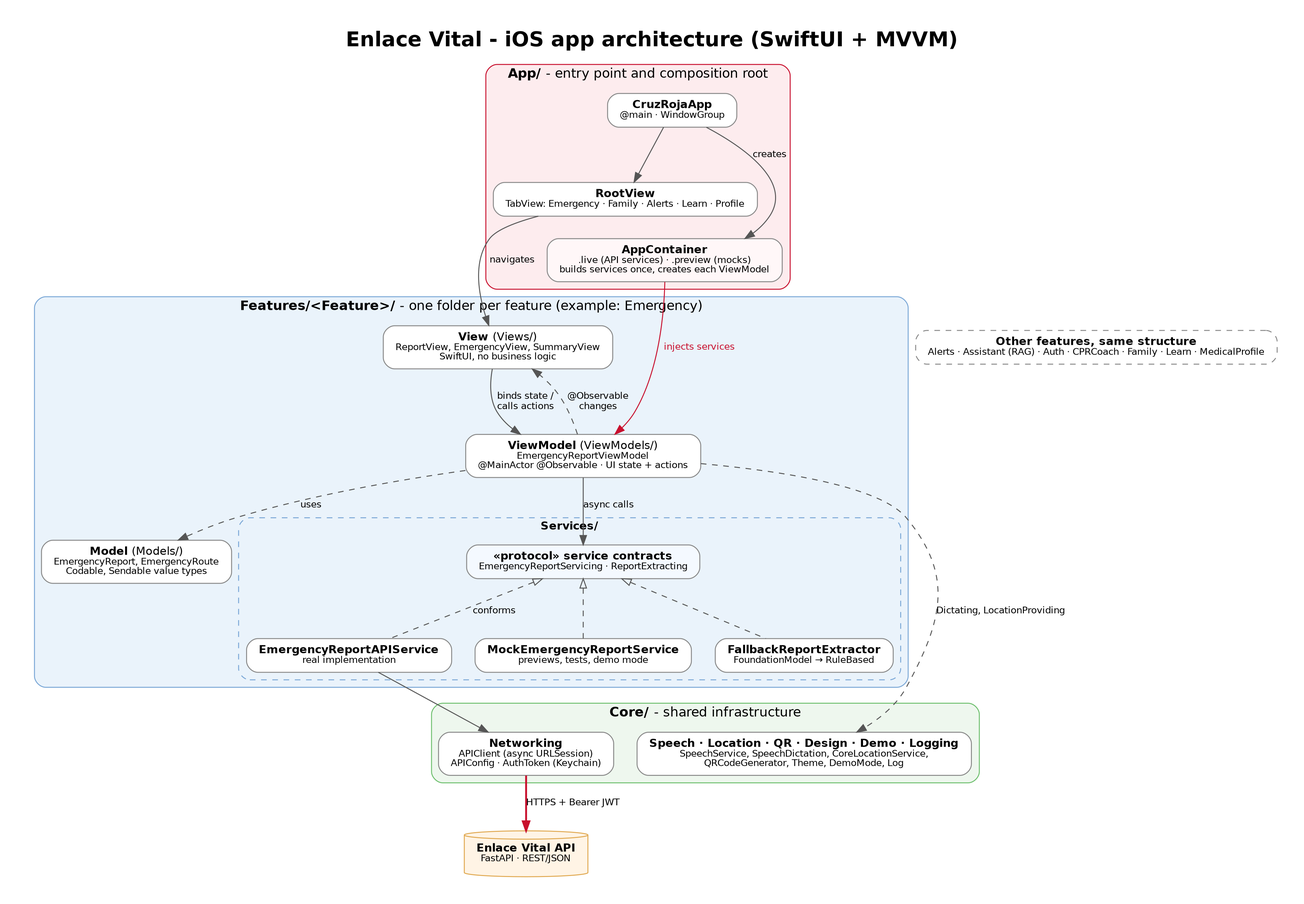
Above: docs/architecture/png/03-app-architecture.png in Fernando94654/Cruz-Roja-App (Graphviz), before the change. Its source is kept beside it as docs/architecture/src/03-app-architecture.dot.
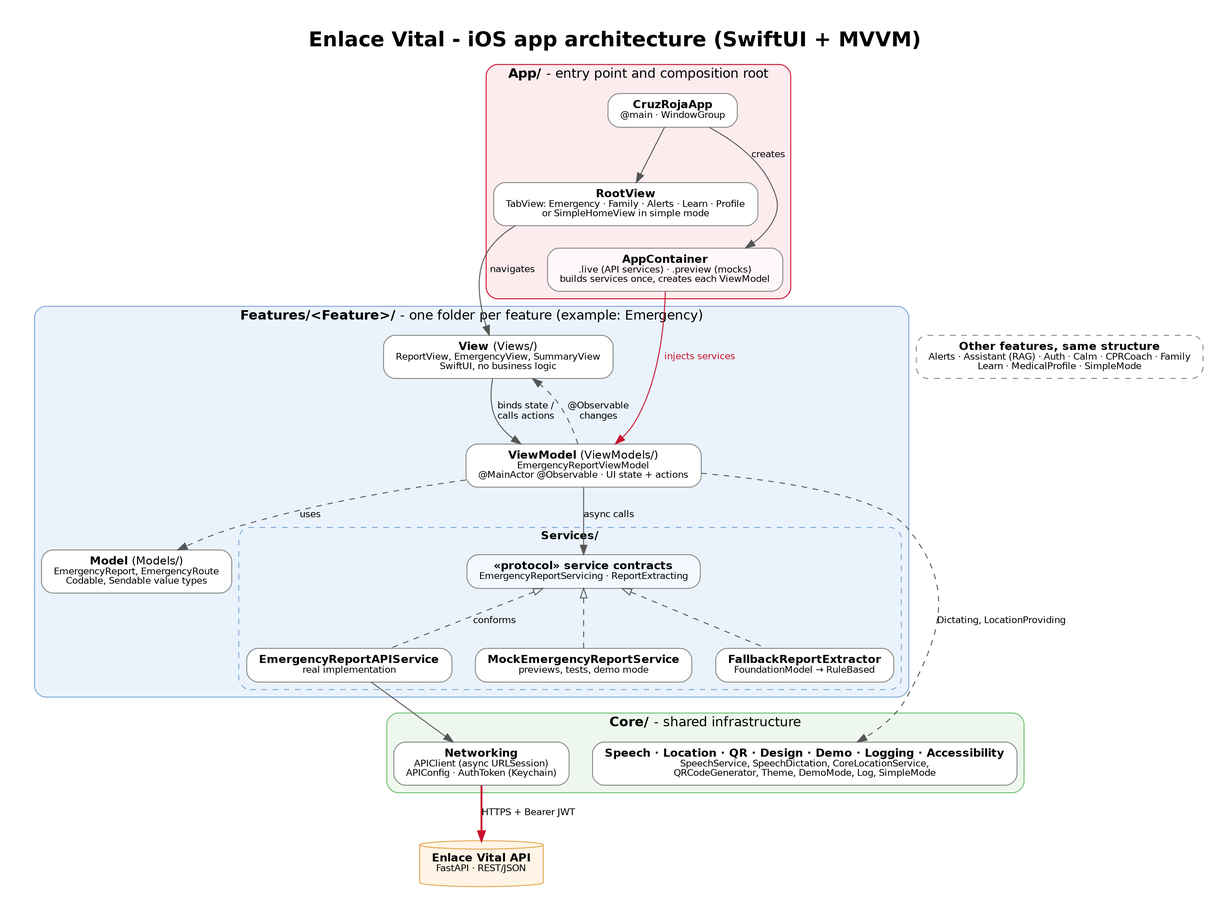
Later version of the same file.

Commit message:
Add Calm, simple mode and App Intents to architecture diagrams

Change to the diagram source:
```diff
@@ -7,7 +7,7 @@
   subgraph cluster_app {
     label=<<b>App/</b> - entry point and composition root>; fontsize=14; style="rounded,filled"; fillcolor="#FDECEE"; color="#C8102E";
     main [label=<<b>CruzRojaApp</b><br/><font point-size="10">@main · WindowGroup</font>>];
-    root [label=<<b>RootView</b><br/><font point-size="10">TabView: Emergency · Family · Alerts · Learn · Profile</font>>];
+    root [label=<<b>RootView</b><br/><font point-size="10">TabView: Emergency · Family · Alerts · Learn · Profile<br/>or SimpleHomeView in simple mode</font>>];
     container [label=<<b>AppContainer</b><br/><font point-size="10">.live (API services) · .preview (mocks)<br/>builds services once, creates each ViewModel</font>>, fillcolor="#FFF7F8"];
   }
 
@@ -28,11 +28,11 @@
   subgraph cluster_core {
     label=<<b>Core/</b> - shared infrastructure>; fontsize=14; style="rounded,filled"; fillcolor="#EEF7EE"; color="#6DBF6D";
     net [label=<<b>Networking</b><br/><font point-size="10">APIClient (async URLSession)<br/>APIConfig · AuthToken (Keychain)</font>>];
-    corelist [label=<<b>Speech · Location · QR · Design · Demo · Logging</b><br/><font point-size="10">SpeechService, SpeechDictation, CoreLocationService,<br/>QRCodeGenerator, Theme, DemoMode, Log</font>>];
+    corelist [label=<<b>Speech · Location · QR · Design · Demo · Logging · Accessibility</b><br/><font point-size="10">SpeechService, SpeechDictation, CoreLocationService,<br/>QRCodeGenerator, Theme, DemoMode, Log, SimpleMode</font>>];
   }
 
   backend [label=<<b>Enlace Vital API</b><br/><font point-size="10">FastAPI · REST/JSON</font>>, shape=cylinder, fillcolor="#FFF4E5", color="#E0A84F"];
-  others [label=<<b>Other features, same structure</b><br/><font point-size="10">Alerts · Assistant (RAG) · Auth · CPRCoach · Family · Learn · MedicalProfile</font>>, style="rounded,dashed", fillcolor="#FFFFFF"];
+  others [label=<<b>Other features, same structure</b><br/><font point-size="10">Alerts · Assistant (RAG) · Auth · Calm · CPRCoach · Family<br/>Learn · MedicalProfile · SimpleMode</font>>, style="rounded,dashed", fillcolor="#FFFFFF"];
 
   main -> root;
   main -> container [label="creates"];
```
